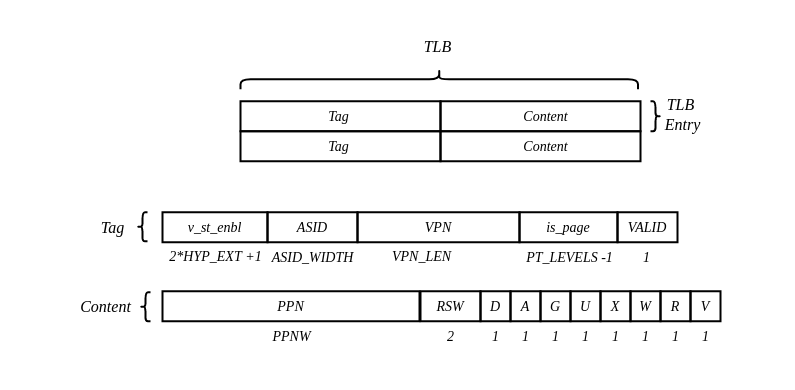
The draw.io diagram docs/03_cva6_design/_static/cva6_tlb_entry.png in openhwgroup/cva6, before a commit. Source tidied: cells renumbered, new cells last; positions are measured from the earlier drawing's top-left corner, leaving out a move shared by most shapes. Source of this version:
```xml
<mxGraphModel>
  <root>
    <mxCell id="0" />
    <mxCell id="1" parent="0" />
    <mxCell id="2" style="rounded=0;whiteSpace=wrap;html=1;strokeColor=none;" parent="1" vertex="1">
      <mxGeometry x="0.5" y="120" width="795" height="390" as="geometry" />
    </mxCell>
    <mxCell id="3" style="rounded=0;whiteSpace=wrap;html=1;strokeWidth=2;fillColor=none;fontSize=14;fontStyle=2;fontFamily=Times New Roman;" parent="1" vertex="1">
      <mxGeometry x="241" y="220.8" width="200" height="30" as="geometry" />
    </mxCell>
    <mxCell id="4" value="Tag" style="text;html=1;align=center;verticalAlign=middle;strokeColor=none;fillColor=none;strokeWidth=2;fontStyle=2;fontSize=14;fontFamily=Times New Roman;" parent="1" vertex="1">
      <mxGeometry x="319" y="220.8" width="40" height="30" as="geometry" />
    </mxCell>
    <mxCell id="5" value="Content" style="text;html=1;align=center;verticalAlign=middle;strokeColor=none;fillColor=none;strokeWidth=2;fontStyle=2;fontSize=14;fontFamily=Times New Roman;" parent="1" vertex="1">
      <mxGeometry x="511" y="220.8" width="70" height="30" as="geometry" />
    </mxCell>
    <mxCell id="6" style="rounded=0;whiteSpace=wrap;html=1;strokeWidth=2;fillColor=none;fontSize=14;fontStyle=2;fontFamily=Times New Roman;" parent="1" vertex="1">
      <mxGeometry x="441" y="220.8" width="200" height="30" as="geometry" />
    </mxCell>
    <mxCell id="7" style="rounded=0;whiteSpace=wrap;html=1;strokeWidth=2;fillColor=none;fontSize=14;fontStyle=2;fontFamily=Times New Roman;" parent="1" vertex="1">
      <mxGeometry x="241" y="250.8" width="200" height="30" as="geometry" />
    </mxCell>
    <mxCell id="8" value="Tag" style="text;html=1;align=center;verticalAlign=middle;strokeColor=none;fillColor=none;strokeWidth=2;fontStyle=2;fontSize=14;fontFamily=Times New Roman;" parent="1" vertex="1">
      <mxGeometry x="319" y="250.8" width="40" height="30" as="geometry" />
    </mxCell>
    <mxCell id="9" value="Content" style="text;html=1;align=center;verticalAlign=middle;strokeColor=none;fillColor=none;strokeWidth=2;fontStyle=2;fontSize=14;fontFamily=Times New Roman;" parent="1" vertex="1">
      <mxGeometry x="511" y="250.8" width="70" height="30" as="geometry" />
    </mxCell>
    <mxCell id="10" style="rounded=0;whiteSpace=wrap;html=1;strokeWidth=2;fillColor=none;fontSize=14;fontStyle=2;fontFamily=Times New Roman;" parent="1" vertex="1">
      <mxGeometry x="441" y="250.8" width="200" height="30" as="geometry" />
    </mxCell>
    <mxCell id="11" value="VALID" style="rounded=0;whiteSpace=wrap;html=1;strokeWidth=2;fillColor=none;fontStyle=2;fontSize=14;fontFamily=Times New Roman;" parent="1" vertex="1">
      <mxGeometry x="618" y="331.8" width="60" height="30" as="geometry" />
    </mxCell>
    <mxCell id="12" value="is_page" style="rounded=0;whiteSpace=wrap;html=1;strokeWidth=2;fillColor=none;fontStyle=2;fontSize=14;fontFamily=Times New Roman;" parent="1" vertex="1">
      <mxGeometry x="520" y="331.8" width="98" height="30" as="geometry" />
    </mxCell>
    <mxCell id="13" value="VPN" style="rounded=0;whiteSpace=wrap;html=1;strokeWidth=2;fillColor=none;fontStyle=2;fontSize=14;fontFamily=Times New Roman;" parent="1" vertex="1">
      <mxGeometry x="358" y="331.8" width="162" height="30" as="geometry" />
    </mxCell>
    <mxCell id="14" value="ASID" style="rounded=0;whiteSpace=wrap;html=1;strokeWidth=2;fillColor=none;fontStyle=2;fontSize=14;fontFamily=Times New Roman;" parent="1" vertex="1">
      <mxGeometry x="268" y="331.8" width="90" height="30" as="geometry" />
    </mxCell>
    <mxCell id="15" value="V" style="rounded=0;whiteSpace=wrap;html=1;strokeWidth=2;fillColor=none;fontStyle=2;fontSize=14;fontFamily=Times New Roman;" parent="1" vertex="1">
      <mxGeometry x="691" y="410.8" width="30" height="30" as="geometry" />
    </mxCell>
    <mxCell id="16" value="R" style="rounded=0;whiteSpace=wrap;html=1;strokeWidth=2;fillColor=none;fontStyle=2;fontSize=14;fontFamily=Times New Roman;" parent="1" vertex="1">
      <mxGeometry x="661" y="410.8" width="30" height="30" as="geometry" />
    </mxCell>
    <mxCell id="17" value="W" style="rounded=0;whiteSpace=wrap;html=1;strokeWidth=2;fillColor=none;fontStyle=2;fontSize=14;fontFamily=Times New Roman;" parent="1" vertex="1">
      <mxGeometry x="631" y="410.8" width="30" height="30" as="geometry" />
    </mxCell>
    <mxCell id="18" value="X" style="rounded=0;whiteSpace=wrap;html=1;strokeWidth=2;fillColor=none;fontStyle=2;fontSize=14;fontFamily=Times New Roman;" parent="1" vertex="1">
      <mxGeometry x="601" y="410.8" width="30" height="30" as="geometry" />
    </mxCell>
    <mxCell id="19" value="U" style="rounded=0;whiteSpace=wrap;html=1;strokeWidth=2;fillColor=none;fontStyle=2;fontSize=14;fontFamily=Times New Roman;" parent="1" vertex="1">
      <mxGeometry x="571" y="410.8" width="30" height="30" as="geometry" />
    </mxCell>
    <mxCell id="20" value="G" style="rounded=0;whiteSpace=wrap;html=1;strokeWidth=2;fillColor=none;fontStyle=2;fontSize=14;fontFamily=Times New Roman;" parent="1" vertex="1">
      <mxGeometry x="541" y="410.8" width="30" height="30" as="geometry" />
    </mxCell>
    <mxCell id="21" value="A" style="rounded=0;whiteSpace=wrap;html=1;strokeWidth=2;fillColor=none;fontStyle=2;fontSize=14;fontFamily=Times New Roman;" parent="1" vertex="1">
      <mxGeometry x="511" y="410.8" width="30" height="30" as="geometry" />
    </mxCell>
    <mxCell id="22" value="D" style="rounded=0;whiteSpace=wrap;html=1;strokeWidth=2;fillColor=none;fontStyle=2;fontSize=14;fontFamily=Times New Roman;" parent="1" vertex="1">
      <mxGeometry x="481" y="410.8" width="30" height="30" as="geometry" />
    </mxCell>
    <mxCell id="23" value="RSW" style="rounded=0;whiteSpace=wrap;html=1;strokeWidth=2;fillColor=none;fontStyle=2;fontSize=14;fontFamily=Times New Roman;" parent="1" vertex="1">
      <mxGeometry x="421" y="410.8" width="60" height="30" as="geometry" />
    </mxCell>
    <mxCell id="24" value="PPN" style="rounded=0;whiteSpace=wrap;html=1;strokeWidth=2;fillColor=none;fontStyle=2;fontSize=14;fontFamily=Times New Roman;" parent="1" vertex="1">
      <mxGeometry x="163" y="410.8" width="257" height="30" as="geometry" />
    </mxCell>
    <mxCell id="25" value="1" style="text;html=1;align=center;verticalAlign=middle;strokeColor=none;fillColor=none;fontSize=14;fontStyle=2;strokeWidth=2;fontFamily=Times New Roman;" parent="1" vertex="1">
      <mxGeometry x="632" y="361.8" width="30" height="30" as="geometry" />
    </mxCell>
    <mxCell id="26" value="PT_LEVELS -1" style="text;html=1;align=center;verticalAlign=middle;strokeColor=none;fillColor=none;fontSize=14;fontStyle=2;strokeWidth=2;fontFamily=Times New Roman;" parent="1" vertex="1">
      <mxGeometry x="515" y="361.8" width="110" height="30" as="geometry" />
    </mxCell>
    <mxCell id="27" value="VPN_LEN" style="text;html=1;align=center;verticalAlign=middle;strokeColor=none;fillColor=none;fontSize=14;fontStyle=2;strokeWidth=2;fontFamily=Times New Roman;" parent="1" vertex="1">
      <mxGeometry x="381.5" y="360.8" width="80" height="30" as="geometry" />
    </mxCell>
    <mxCell id="28" value="ASID_WIDTH" style="text;html=1;align=center;verticalAlign=middle;strokeColor=none;fillColor=none;fontSize=14;fontStyle=2;strokeWidth=2;fontFamily=Times New Roman;" parent="1" vertex="1">
      <mxGeometry x="258" y="361.8" width="110" height="30" as="geometry" />
    </mxCell>
    <mxCell id="29" value="1" style="text;html=1;align=center;verticalAlign=middle;strokeColor=none;fillColor=none;fontSize=14;fontStyle=2;strokeWidth=2;fontFamily=Times New Roman;" parent="1" vertex="1">
      <mxGeometry x="691" y="440.8" width="30" height="30" as="geometry" />
    </mxCell>
    <mxCell id="30" value="1" style="text;html=1;align=center;verticalAlign=middle;strokeColor=none;fillColor=none;fontSize=14;fontStyle=2;strokeWidth=2;fontFamily=Times New Roman;" parent="1" vertex="1">
      <mxGeometry x="661" y="440.8" width="30" height="30" as="geometry" />
    </mxCell>
    <mxCell id="31" value="1" style="text;html=1;align=center;verticalAlign=middle;strokeColor=none;fillColor=none;fontSize=14;fontStyle=2;strokeWidth=2;fontFamily=Times New Roman;" parent="1" vertex="1">
      <mxGeometry x="631" y="440.8" width="30" height="30" as="geometry" />
    </mxCell>
    <mxCell id="32" value="1" style="text;html=1;align=center;verticalAlign=middle;strokeColor=none;fillColor=none;fontSize=14;fontStyle=2;strokeWidth=2;fontFamily=Times New Roman;" parent="1" vertex="1">
      <mxGeometry x="601" y="440.8" width="30" height="30" as="geometry" />
    </mxCell>
    <mxCell id="33" value="1" style="text;html=1;align=center;verticalAlign=middle;strokeColor=none;fillColor=none;fontSize=14;fontStyle=2;strokeWidth=2;fontFamily=Times New Roman;" parent="1" vertex="1">
      <mxGeometry x="571" y="440.8" width="30" height="30" as="geometry" />
    </mxCell>
    <mxCell id="34" value="1" style="text;html=1;align=center;verticalAlign=middle;strokeColor=none;fillColor=none;fontSize=14;fontStyle=2;strokeWidth=2;fontFamily=Times New Roman;" parent="1" vertex="1">
      <mxGeometry x="541" y="440.8" width="30" height="30" as="geometry" />
    </mxCell>
    <mxCell id="35" value="1" style="text;html=1;align=center;verticalAlign=middle;strokeColor=none;fillColor=none;fontSize=14;fontStyle=2;strokeWidth=2;fontFamily=Times New Roman;" parent="1" vertex="1">
      <mxGeometry x="511" y="440.8" width="30" height="30" as="geometry" />
    </mxCell>
    <mxCell id="36" value="1" style="text;html=1;align=center;verticalAlign=middle;strokeColor=none;fillColor=none;fontSize=14;fontStyle=2;strokeWidth=2;fontFamily=Times New Roman;" parent="1" vertex="1">
      <mxGeometry x="481" y="440.8" width="30" height="30" as="geometry" />
    </mxCell>
    <mxCell id="37" value="2" style="text;html=1;align=center;verticalAlign=middle;strokeColor=none;fillColor=none;fontSize=14;fontStyle=2;strokeWidth=2;fontFamily=Times New Roman;" parent="1" vertex="1">
      <mxGeometry x="436" y="440.8" width="30" height="30" as="geometry" />
    </mxCell>
    <mxCell id="38" value="PPNW" style="text;html=1;align=center;verticalAlign=middle;strokeColor=none;fillColor=none;fontSize=14;fontStyle=2;strokeWidth=2;fontFamily=Times New Roman;" parent="1" vertex="1">
      <mxGeometry x="261.5" y="440.8" width="60" height="30" as="geometry" />
    </mxCell>
    <mxCell id="39" value="Tag" style="text;html=1;align=center;verticalAlign=middle;strokeColor=none;fillColor=none;strokeWidth=2;fontStyle=2;fontSize=16;fontFamily=Times New Roman;" parent="1" vertex="1">
      <mxGeometry x="88" y="331.8" width="50" height="30" as="geometry" />
    </mxCell>
    <mxCell id="40" value="Content" style="text;html=1;align=center;verticalAlign=middle;strokeColor=none;fillColor=none;strokeWidth=2;fontStyle=2;fontSize=16;fontFamily=Times New Roman;" parent="1" vertex="1">
      <mxGeometry x="71" y="410.8" width="70" height="30" as="geometry" />
    </mxCell>
    <mxCell id="41" style="shape=curlyBracket;whiteSpace=wrap;html=1;rounded=1;flipH=1;labelPosition=right;verticalLabelPosition=middle;align=left;verticalAlign=middle;rotation=-90;strokeWidth=2;" parent="1" vertex="1">
      <mxGeometry x="429.8" width="20" height="397.5" as="geometry" />
    </mxCell>
    <mxCell id="42" value="TLB&amp;nbsp;" style="text;html=1;align=center;verticalAlign=middle;strokeColor=none;fillColor=none;strokeWidth=2;fontStyle=2;fontSize=16;fontFamily=Times New Roman;" parent="1" vertex="1">
      <mxGeometry x="409.8" y="150.8" width="60" height="30" as="geometry" />
    </mxCell>
    <mxCell id="43" style="shape=curlyBracket;whiteSpace=wrap;html=1;rounded=1;flipH=1;labelPosition=right;verticalLabelPosition=middle;align=left;verticalAlign=middle;strokeWidth=2;" parent="1" vertex="1">
      <mxGeometry x="651" y="220.8" width="10" height="30" as="geometry" />
    </mxCell>
    <mxCell id="44" value="TLB&amp;nbsp;&lt;br&gt;Entry" style="text;html=1;align=center;verticalAlign=middle;strokeColor=none;fillColor=none;strokeWidth=2;fontStyle=2;fontSize=16;fontFamily=Times New Roman;" parent="1" vertex="1">
      <mxGeometry x="653" y="208.8" width="60" height="50" as="geometry" />
    </mxCell>
    <mxCell id="45" style="shape=curlyBracket;whiteSpace=wrap;html=1;rounded=1;labelPosition=left;verticalLabelPosition=middle;align=right;verticalAlign=middle;strokeWidth=2;" parent="1" vertex="1">
      <mxGeometry x="138" y="331.8" width="10" height="29" as="geometry" />
    </mxCell>
    <mxCell id="46" style="shape=curlyBracket;whiteSpace=wrap;html=1;rounded=1;labelPosition=left;verticalLabelPosition=middle;align=right;verticalAlign=middle;strokeWidth=2;" parent="1" vertex="1">
      <mxGeometry x="141" y="411.8" width="10" height="29" as="geometry" />
    </mxCell>
    <mxCell id="47" value="v_st_enbl" style="rounded=0;whiteSpace=wrap;html=1;strokeWidth=2;fillColor=none;fontStyle=2;fontSize=14;fontFamily=Times New Roman;" parent="1" vertex="1">
      <mxGeometry x="163" y="331.8" width="105" height="30" as="geometry" />
    </mxCell>
    <mxCell id="48" value="2*HYP_EXT +1 " style="text;html=1;align=center;verticalAlign=middle;strokeColor=none;fillColor=none;fontSize=14;fontStyle=2;strokeWidth=2;fontFamily=Times New Roman;" parent="1" vertex="1">
      <mxGeometry x="155.5" y="360.8" width="120" height="30" as="geometry" />
    </mxCell>
  </root>
</mxGraphModel>
```
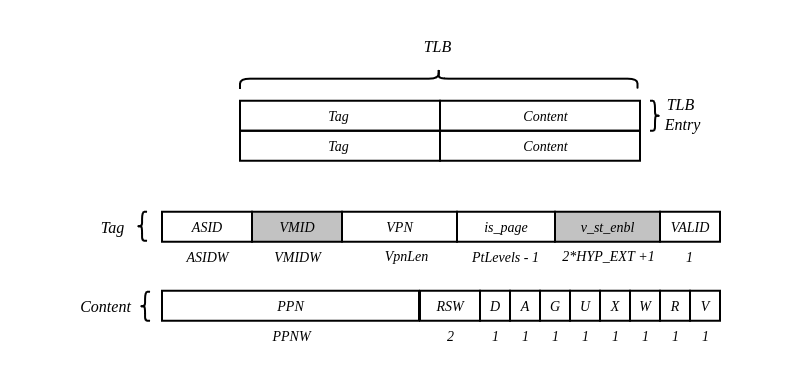
Above is the later version.

The edit, as a diff of the source:
```diff
@@ -30,16 +30,16 @@
       <mxGeometry x="441" y="250.8" width="200" height="30" as="geometry" />
     </mxCell>
     <mxCell id="11" value="VALID" style="rounded=0;whiteSpace=wrap;html=1;strokeWidth=2;fillColor=none;fontStyle=2;fontSize=14;fontFamily=Times New Roman;" parent="1" vertex="1">
-      <mxGeometry x="618" y="331.8" width="60" height="30" as="geometry" />
+      <mxGeometry x="661" y="331.8" width="60" height="30" as="geometry" />
     </mxCell>
     <mxCell id="12" value="is_page" style="rounded=0;whiteSpace=wrap;html=1;strokeWidth=2;fillColor=none;fontStyle=2;fontSize=14;fontFamily=Times New Roman;" parent="1" vertex="1">
-      <mxGeometry x="520" y="331.8" width="98" height="30" as="geometry" />
+      <mxGeometry x="458" y="331.8" width="98" height="30" as="geometry" />
     </mxCell>
     <mxCell id="13" value="VPN" style="rounded=0;whiteSpace=wrap;html=1;strokeWidth=2;fillColor=none;fontStyle=2;fontSize=14;fontFamily=Times New Roman;" parent="1" vertex="1">
-      <mxGeometry x="358" y="331.8" width="162" height="30" as="geometry" />
+      <mxGeometry x="343" y="331.8" width="115" height="30" as="geometry" />
     </mxCell>
-    <mxCell id="14" value="ASID" style="rounded=0;whiteSpace=wrap;html=1;strokeWidth=2;fillColor=none;fontStyle=2;fontSize=14;fontFamily=Times New Roman;" parent="1" vertex="1">
-      <mxGeometry x="268" y="331.8" width="90" height="30" as="geometry" />
+    <mxCell id="14" value="VMID" style="rounded=0;whiteSpace=wrap;html=1;strokeWidth=2;fillColor=#C2C2C2;fontStyle=2;fontSize=14;fontFamily=Times New Roman;" parent="1" vertex="1">
+      <mxGeometry x="253" y="331.8" width="90" height="30" as="geometry" />
     </mxCell>
     <mxCell id="15" value="V" style="rounded=0;whiteSpace=wrap;html=1;strokeWidth=2;fillColor=none;fontStyle=2;fontSize=14;fontFamily=Times New Roman;" parent="1" vertex="1">
       <mxGeometry x="691" y="410.8" width="30" height="30" as="geometry" />
@@ -72,16 +72,16 @@
       <mxGeometry x="163" y="410.8" width="257" height="30" as="geometry" />
     </mxCell>
     <mxCell id="25" value="1" style="text;html=1;align=center;verticalAlign=middle;strokeColor=none;fillColor=none;fontSize=14;fontStyle=2;strokeWidth=2;fontFamily=Times New Roman;" parent="1" vertex="1">
-      <mxGeometry x="632" y="361.8" width="30" height="30" as="geometry" />
+      <mxGeometry x="675" y="361.8" width="30" height="30" as="geometry" />
     </mxCell>
-    <mxCell id="26" value="PT_LEVELS -1" style="text;html=1;align=center;verticalAlign=middle;strokeColor=none;fillColor=none;fontSize=14;fontStyle=2;strokeWidth=2;fontFamily=Times New Roman;" parent="1" vertex="1">
-      <mxGeometry x="515" y="361.8" width="110" height="30" as="geometry" />
+    <mxCell id="26" value="PtLevels - 1" style="text;html=1;align=center;verticalAlign=middle;strokeColor=none;fillColor=none;fontSize=14;fontStyle=2;strokeWidth=2;fontFamily=Times New Roman;" parent="1" vertex="1">
+      <mxGeometry x="461" y="361.8" width="90" height="30" as="geometry" />
     </mxCell>
-    <mxCell id="27" value="VPN_LEN" style="text;html=1;align=center;verticalAlign=middle;strokeColor=none;fillColor=none;fontSize=14;fontStyle=2;strokeWidth=2;fontFamily=Times New Roman;" parent="1" vertex="1">
-      <mxGeometry x="381.5" y="360.8" width="80" height="30" as="geometry" />
+    <mxCell id="27" value="VpnLen" style="text;html=1;align=center;verticalAlign=middle;strokeColor=none;fillColor=none;fontSize=14;fontStyle=2;strokeWidth=2;fontFamily=Times New Roman;" parent="1" vertex="1">
+      <mxGeometry x="371.5" y="360.8" width="70" height="30" as="geometry" />
     </mxCell>
-    <mxCell id="28" value="ASID_WIDTH" style="text;html=1;align=center;verticalAlign=middle;strokeColor=none;fillColor=none;fontSize=14;fontStyle=2;strokeWidth=2;fontFamily=Times New Roman;" parent="1" vertex="1">
-      <mxGeometry x="258" y="361.8" width="110" height="30" as="geometry" />
+    <mxCell id="28" value="VMIDW" style="text;html=1;align=center;verticalAlign=middle;strokeColor=none;fillColor=none;fontSize=14;fontStyle=2;strokeWidth=2;fontFamily=Times New Roman;" parent="1" vertex="1">
+      <mxGeometry x="263" y="361.8" width="70" height="30" as="geometry" />
     </mxCell>
     <mxCell id="29" value="1" style="text;html=1;align=center;verticalAlign=middle;strokeColor=none;fillColor=none;fontSize=14;fontStyle=2;strokeWidth=2;fontFamily=Times New Roman;" parent="1" vertex="1">
       <mxGeometry x="691" y="440.8" width="30" height="30" as="geometry" />
@@ -137,11 +137,17 @@
     <mxCell id="46" style="shape=curlyBracket;whiteSpace=wrap;html=1;rounded=1;labelPosition=left;verticalLabelPosition=middle;align=right;verticalAlign=middle;strokeWidth=2;" parent="1" vertex="1">
       <mxGeometry x="141" y="411.8" width="10" height="29" as="geometry" />
     </mxCell>
-    <mxCell id="47" value="v_st_enbl" style="rounded=0;whiteSpace=wrap;html=1;strokeWidth=2;fillColor=none;fontStyle=2;fontSize=14;fontFamily=Times New Roman;" parent="1" vertex="1">
-      <mxGeometry x="163" y="331.8" width="105" height="30" as="geometry" />
+    <mxCell id="47" value="v_st_enbl" style="rounded=0;whiteSpace=wrap;html=1;strokeWidth=2;fillColor=#C2C2C2;fontStyle=2;fontSize=14;fontFamily=Times New Roman;" parent="1" vertex="1">
+      <mxGeometry x="556" y="331.8" width="105" height="30" as="geometry" />
     </mxCell>
     <mxCell id="48" value="2*HYP_EXT +1 " style="text;html=1;align=center;verticalAlign=middle;strokeColor=none;fillColor=none;fontSize=14;fontStyle=2;strokeWidth=2;fontFamily=Times New Roman;" parent="1" vertex="1">
-      <mxGeometry x="155.5" y="360.8" width="120" height="30" as="geometry" />
+      <mxGeometry x="548.5" y="360.8" width="120" height="30" as="geometry" />
     </mxCell>
+    <mxCell id="49" value="ASID" style="rounded=0;whiteSpace=wrap;html=1;strokeWidth=2;fillColor=none;fontStyle=2;fontSize=14;fontFamily=Times New Roman;" parent="1" vertex="1">
+      <mxGeometry x="163" y="331.8" width="90" height="30" as="geometry" />
+    </mxCell>
+    <mxCell id="50" value="ASIDW" style="text;html=1;align=center;verticalAlign=middle;strokeColor=none;fillColor=none;fontSize=14;fontStyle=2;strokeWidth=2;fontFamily=Times New Roman;" parent="1" vertex="1">
+      <mxGeometry x="173" y="361.8" width="70" height="30" as="geometry" />
+    </mxCell>
   </root>
 </mxGraphModel>
```
